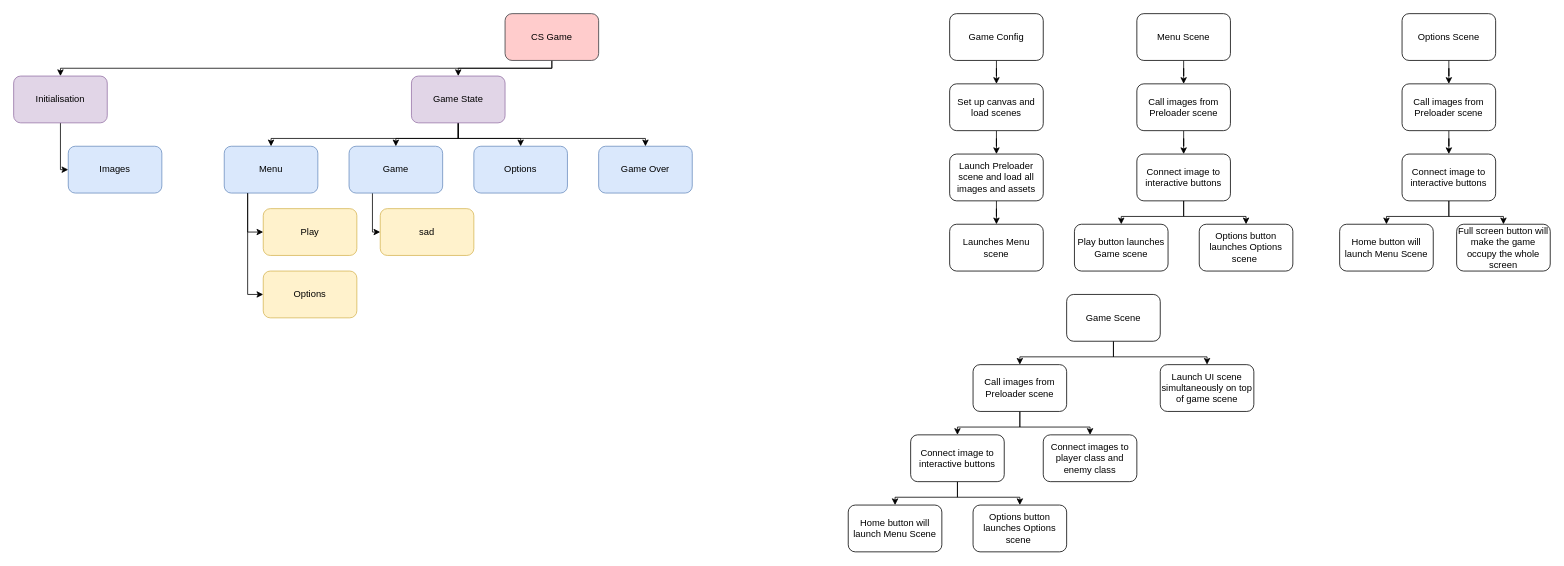
This is Top Down CS.drawio from 13ilaurente/csgame, a draw.io file, before an edit. Source tidied: cells renumbered, new cells numbered last; positions are measured from the earlier drawing's top-left corner, leaving out a move shared by most shapes. Both pictures are drawn from the tidied source at 78%, with x=0, y=0 at pixel (13, 13).
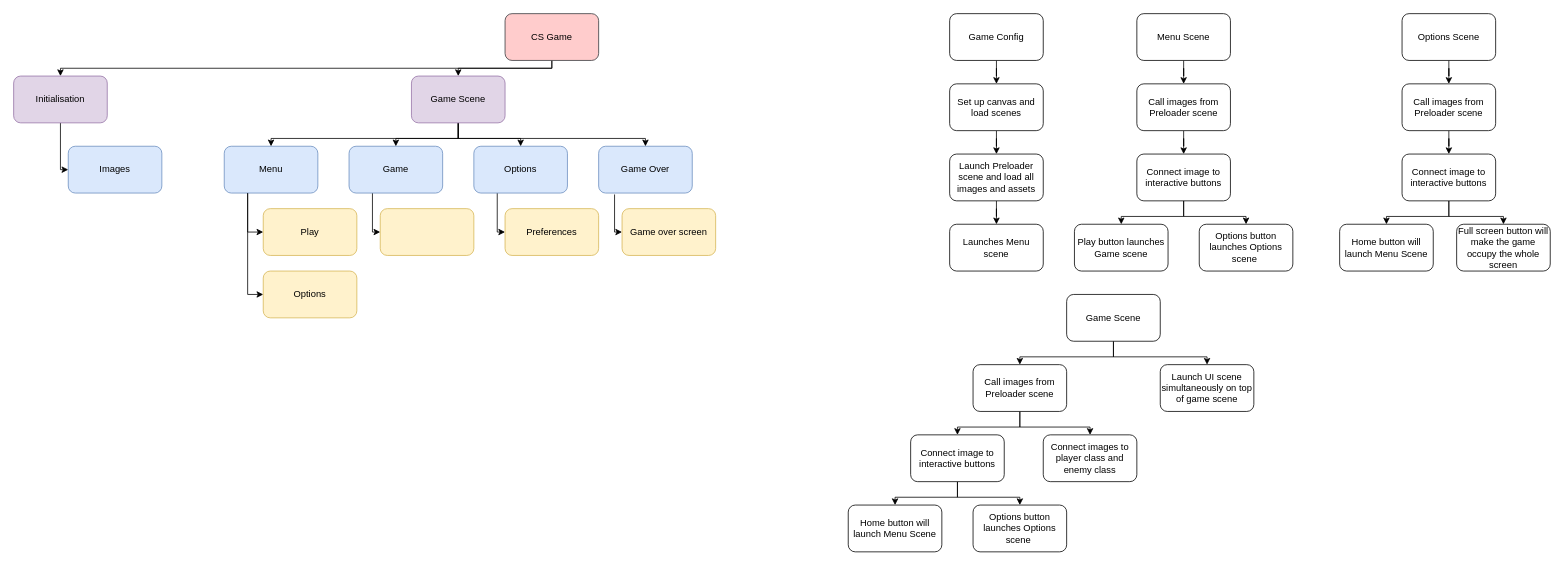
The same page after the edit.

Unchanged cells that the change refers to:
```xml
<mxCell id="45" value="Options" style="rounded=1;whiteSpace=wrap;html=1;fillColor=#dae8fc;strokeColor=#6c8ebf;" parent="1" vertex="1">
  <mxGeometry x="590" y="170" width="120" height="60" as="geometry" />
</mxCell>
<mxCell id="51" value="Game Over" style="rounded=1;whiteSpace=wrap;html=1;fillColor=#dae8fc;strokeColor=#6c8ebf;" parent="1" vertex="1">
  <mxGeometry x="750" y="170" width="120" height="60" as="geometry" />
</mxCell>
```

Change to the diagram source:
```diff
@@
+    <mxCell id="61" style="edgeStyle=orthogonalEdgeStyle;rounded=0;jettySize=auto;html=1;exitX=0.25;exitY=1;exitDx=0;exitDy=0;" parent="1" edge="1" source="45" target="62">
+      <mxGeometry relative="1" as="geometry">
+        <Array as="points">
+          <mxPoint x="620" y="280" />
+        </Array>
+      </mxGeometry>
+    </mxCell>
@@
+    <mxCell id="62" value="Preferences" style="rounded=1;whiteSpace=wrap;html=1;fillColor=#fff2cc;strokeColor=#d6b656;" parent="1" vertex="1">
+      <mxGeometry x="630" y="250" width="120" height="60" as="geometry" />
+    </mxCell>
@@
+    <mxCell id="63" style="edgeStyle=orthogonalEdgeStyle;rounded=0;jettySize=auto;html=1;entryX=0;entryY=0.5;entryDx=0;entryDy=0;exitX=0.17;exitY=1.03;exitDx=0;exitDy=0;exitPerimeter=0;" parent="1" edge="1" source="51" target="64">
+      <mxGeometry relative="1" as="geometry">
+        <Array as="points">
+          <mxPoint x="770" y="280" />
+        </Array>
+      </mxGeometry>
+    </mxCell>
@@
+    <mxCell id="64" value="Game over screen" style="rounded=1;whiteSpace=wrap;html=1;fillColor=#fff2cc;strokeColor=#d6b656;" parent="1" vertex="1">
+      <mxGeometry x="780" y="250" width="120" height="60" as="geometry" />
+    </mxCell>
@@
-    <mxCell id="56" value="Game State" style="rounded=1;whiteSpace=wrap;html=1;fillColor=#e1d5e7;strokeColor=#9673a6;" parent="1" vertex="1">
+    <mxCell id="56" value="Game Scene" style="rounded=1;whiteSpace=wrap;html=1;fillColor=#e1d5e7;strokeColor=#9673a6;" parent="1" vertex="1">
       <mxGeometry x="510" y="80" width="120" height="60" as="geometry" />
     </mxCell>
@@
-    <mxCell id="60" value="sad" style="rounded=1;whiteSpace=wrap;html=1;fillColor=#fff2cc;strokeColor=#d6b656;" parent="1" vertex="1">
+    <mxCell id="60" style="rounded=1;whiteSpace=wrap;html=1;fillColor=#fff2cc;strokeColor=#d6b656;" parent="1" vertex="1">
       <mxGeometry x="470" y="250" width="120" height="60" as="geometry" />
     </mxCell>
```
